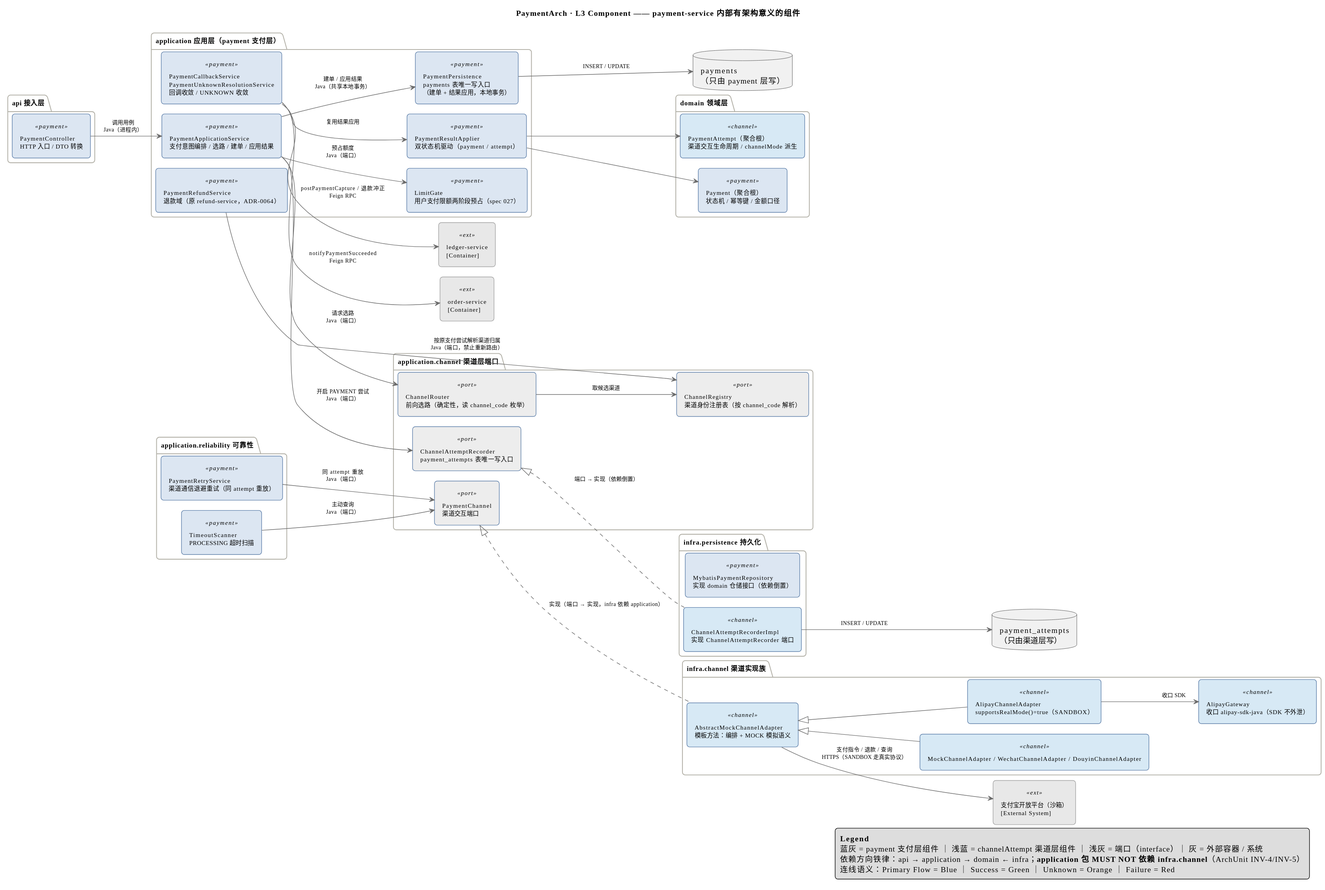
ckcky/Payment keeps this PlantUML diagram as docs/architecture/diagrams/03-payment-components.svg. Above is the earlier version. Source of this version:
```plantuml
@startuml
!pragma layout smetana
left to right direction

title PaymentArch · L3 Component —— payment-service 内部有架构意义的组件

skinparam shadowing false
skinparam defaultFontName "Microsoft YaHei"
skinparam ArrowColor #6B6B6B
skinparam ArrowThickness 1
skinparam ArrowFontSize 10
skinparam Padding 4
skinparam roundcorner 10

skinparam rectangle<<payment>> {
  BackgroundColor #DCE6F2
  BorderColor #5B7DA8
  BorderThickness 1
  FontSize 11
}
skinparam rectangle<<channel>> {
  BackgroundColor #D7E9F5
  BorderColor #5B7DA8
  BorderThickness 1
  FontSize 11
}
skinparam rectangle<<port>> {
  BackgroundColor #EDEDED
  BorderColor #5B7DA8
  BorderThickness 1
  FontSize 11
}
skinparam rectangle<<ext>> {
  BackgroundColor #E8E8E8
  BorderColor #A0A0A0
  BorderThickness 1
  FontSize 11
}
skinparam package {
  BackgroundColor #FFFFFF
  BorderColor #B4B2A9
  FontSize 12
}

package "api 接入层" as API {
  rectangle "PaymentController\nHTTP 入口 / DTO 转换" as C1 <<payment>>
}

package "application 应用层（payment 支付层）" as APP {
  rectangle "PaymentApplicationService\n支付意图编排 / 选路 / 建单 / 应用结果" as A1 <<payment>>
  rectangle "PaymentPersistence\npayments 表唯一写入口\n（建单 + 结果应用，本地事务）" as A2 <<payment>>
  rectangle "PaymentResultApplier\n双状态机驱动（payment / attempt）" as A3 <<payment>>
  rectangle "PaymentCallbackService\nPaymentUnknownResolutionService\n回调收敛 / UNKNOWN 收敛" as A4 <<payment>>
  rectangle "PaymentRefundService\n退款域（原 refund-service，ADR-0064）" as A5 <<payment>>
  rectangle "LimitGate\n用户支付限额两阶段预占（spec 027）" as A6 <<payment>>
}

package "application.channel 渠道层端口" as PORTS {
  rectangle "PaymentChannel\n渠道交互端口" as P1 <<port>>
  rectangle "ChannelRouter\n前向选路（确定性，读 channel_code 枚举）" as P2 <<port>>
  rectangle "ChannelRegistry\n渠道身份注册表（按 channel_code 解析）" as P3 <<port>>
  rectangle "ChannelAttemptRecorder\npayment_attempts 表唯一写入口" as P4 <<port>>
}

package "application.reliability 可靠性" as REL {
  rectangle "PaymentRetryService\n渠道通信退避重试（同 attempt 重放）" as R1 <<payment>>
  rectangle "TimeoutScanner\nPROCESSING 超时扫描" as R2 <<payment>>
}

package "domain 领域层" as DOM {
  rectangle "Payment（聚合根）\n状态机 / 幂等键 / 金额口径" as D1 <<payment>>
  rectangle "PaymentAttempt（聚合根）\n渠道交互生命周期 / channelMode 派生" as D2 <<channel>>
}

package "infra.channel 渠道实现族" as IMPl {
  rectangle "AbstractMockChannelAdapter\n模板方法：编排 + MOCK 模拟语义" as I1 <<channel>>
  rectangle "MockChannelAdapter / WechatChannelAdapter / DouyinChannelAdapter" as I2 <<channel>>
  rectangle "AlipayChannelAdapter\nsupportsRealMode()=true（SANDBOX）" as I3 <<channel>>
  rectangle "AlipayGateway\n收口 alipay-sdk-java（SDK 不外泄）" as I4 <<channel>>
}

package "infra.persistence 持久化" as IMPP {
  rectangle "MybatisPaymentRepository\n实现 domain 仓储接口（依赖倒置）" as J1 <<payment>>
  rectangle "ChannelAttemptRecorderImpl\n实现 ChannelAttemptRecorder 端口" as J2 <<channel>>
}

rectangle "order-service\n[Container]" as ORD <<ext>>
rectangle "ledger-service\n[Container]" as LED <<ext>>
rectangle "支付宝开放平台（沙箱）\n[External System]" as ALI <<ext>>
database "payments\n（只由 payment 层写）" as DB1
database "payment_attempts\n（只由渠道层写）" as DB2

C1 --> A1 : 调用用例\nJava（进程内）
A1 --> A2 : 建单 / 应用结果\nJava（共享本地事务）
A1 --> P2 : 请求选路\nJava（端口）
A1 --> P4 : 开启 PAYMENT 尝试\nJava（端口）
A1 --> A6 : 预占额度\nJava（端口）
A3 --> D1
A3 --> D2
A4 --> A3 : 复用结果应用
A5 --> P3 : 按原支付尝试解析渠道归属\nJava（端口，禁止重新路由）
R1 --> P1 : 同 attempt 重放\nJava（端口）
R2 --> P1 : 主动查询\nJava（端口）

P2 --> P3 : 取候选渠道
P1 <|.. I1 : 实现（端口 → 实现，infra 依赖 application）
I1 <|-- I2
I1 <|-- I3
I3 --> I4 : 收口 SDK
P4 <|.. J2 : 端口 → 实现（依赖倒置）

I1 --> ALI : 支付指令 / 退款 / 查询\nHTTPS（SANDBOX 走真实协议）
A2 --> DB1 : INSERT / UPDATE
J2 --> DB2 : INSERT / UPDATE
A4 --> ORD : notifyPaymentSucceeded\nFeign RPC
A4 --> LED : postPaymentCapture / 退款冲正\nFeign RPC

legend right
  **Legend**
  蓝灰 = payment 支付层组件 ｜ 浅蓝 = channelAttempt 渠道层组件 ｜ 浅灰 = 端口（interface）｜ 灰 = 外部容器 / 系统
  依赖方向铁律：api → application → domain ← infra；**application 包 MUST NOT 依赖 infra.channel**（ArchUnit INV-4/INV-5）
  连线语义：Primary Flow = Blue ｜ Success = Green ｜ Unknown = Orange ｜ Failure = Red
endlegend
@enduml
```
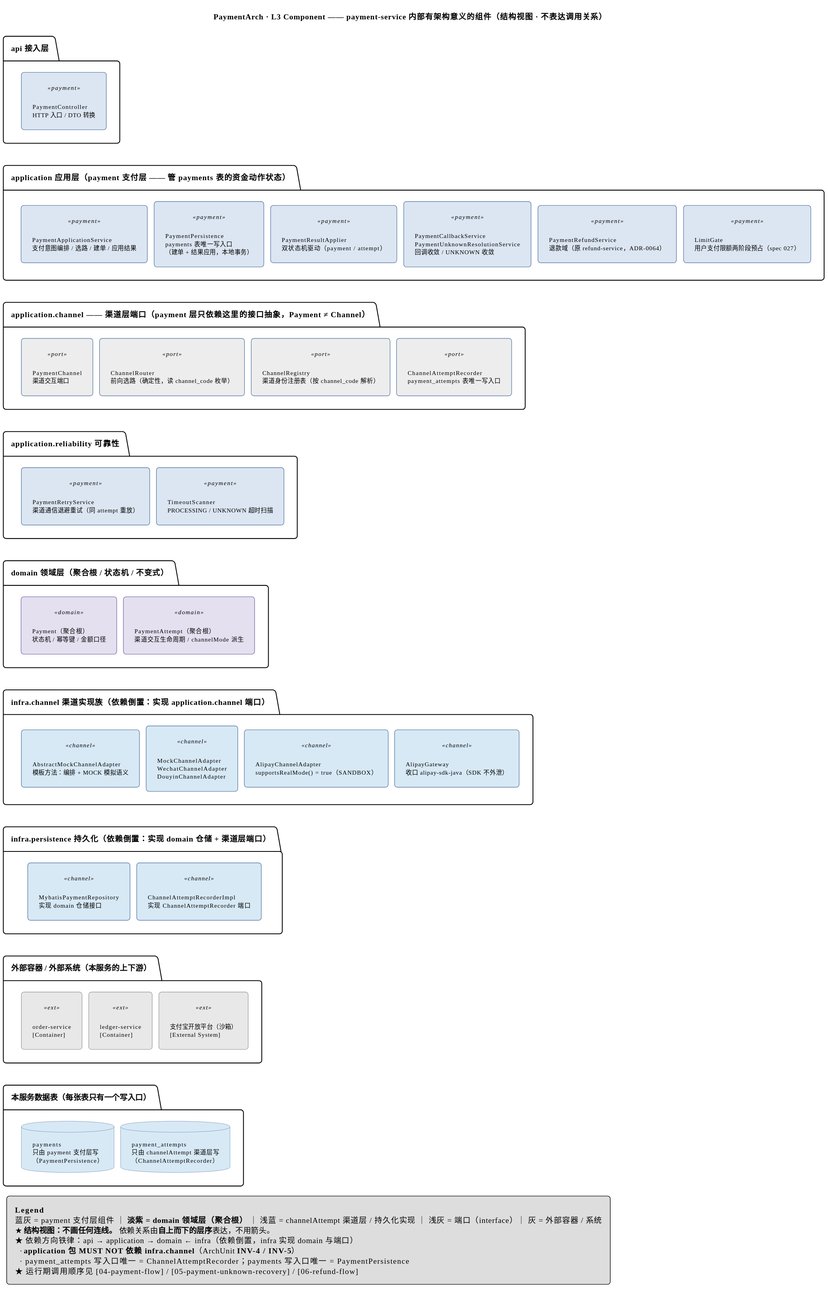
The same diagram one commit later.

Change to the diagram source:
```diff
@@ -1,124 +1,136 @@
 @startuml
-!pragma layout smetana
-left to right direction
 
-title PaymentArch · L3 Component —— payment-service 内部有架构意义的组件
+title PaymentArch · L3 Component —— payment-service 内部有架构意义的组件（结构视图 · 不表达调用关系）
 
 skinparam shadowing false
 skinparam defaultFontName "Microsoft YaHei"
-skinparam ArrowColor #6B6B6B
-skinparam ArrowThickness 1
-skinparam ArrowFontSize 10
-skinparam Padding 4
+skinparam Padding 10
+skinparam Nodesep 12
+skinparam Ranksep 18
 skinparam roundcorner 10
 
+skinparam rectangle {
+  BorderThickness 1
+  FontSize 11
+}
+skinparam rectangle<<layer>> {
+  BackgroundColor #F2F2EF
+  BorderColor #B4B2A9
+  FontSize 12
+  FontStyle bold
+}
 skinparam rectangle<<payment>> {
   BackgroundColor #DCE6F2
   BorderColor #5B7DA8
-  BorderThickness 1
-  FontSize 11
 }
 skinparam rectangle<<channel>> {
   BackgroundColor #D7E9F5
   BorderColor #5B7DA8
-  BorderThickness 1
-  FontSize 11
 }
 skinparam rectangle<<port>> {
   BackgroundColor #EDEDED
   BorderColor #5B7DA8
-  BorderThickness 1
-  FontSize 11
+}
+skinparam rectangle<<domain>> {
+  BackgroundColor #E4E0F0
+  BorderColor #7B6FA8
 }
 skinparam rectangle<<ext>> {
   BackgroundColor #E8E8E8
   BorderColor #A0A0A0
-  BorderThickness 1
+}
+skinparam database {
+  BackgroundColor #D7E9F5
+  BorderColor #5B7DA8
   FontSize 11
-}
-skinparam package {
-  BackgroundColor #FFFFFF
-  BorderColor #B4B2A9
-  FontSize 12
 }
 
 package "api 接入层" as API {
   rectangle "PaymentController\nHTTP 入口 / DTO 转换" as C1 <<payment>>
 }
 
-package "application 应用层（payment 支付层）" as APP {
+package "application 应用层（payment 支付层 —— 管 payments 表的资金动作状态）" as APP {
   rectangle "PaymentApplicationService\n支付意图编排 / 选路 / 建单 / 应用结果" as A1 <<payment>>
   rectangle "PaymentPersistence\npayments 表唯一写入口\n（建单 + 结果应用，本地事务）" as A2 <<payment>>
   rectangle "PaymentResultApplier\n双状态机驱动（payment / attempt）" as A3 <<payment>>
   rectangle "PaymentCallbackService\nPaymentUnknownResolutionService\n回调收敛 / UNKNOWN 收敛" as A4 <<payment>>
   rectangle "PaymentRefundService\n退款域（原 refund-service，ADR-0064）" as A5 <<payment>>
   rectangle "LimitGate\n用户支付限额两阶段预占（spec 027）" as A6 <<payment>>
+  A1 -[hidden]right- A2
+  A2 -[hidden]right- A3
+  A3 -[hidden]right- A4
+  A4 -[hidden]right- A5
+  A5 -[hidden]right- A6
 }
 
-package "application.channel 渠道层端口" as PORTS {
+package "application.channel —— 渠道层端口（payment 层只依赖这里的接口抽象，Payment ≠ Channel）" as PORTS {
   rectangle "PaymentChannel\n渠道交互端口" as P1 <<port>>
   rectangle "ChannelRouter\n前向选路（确定性，读 channel_code 枚举）" as P2 <<port>>
   rectangle "ChannelRegistry\n渠道身份注册表（按 channel_code 解析）" as P3 <<port>>
   rectangle "ChannelAttemptRecorder\npayment_attempts 表唯一写入口" as P4 <<port>>
+  P1 -[hidden]right- P2
+  P2 -[hidden]right- P3
+  P3 -[hidden]right- P4
 }
 
 package "application.reliability 可靠性" as REL {
   rectangle "PaymentRetryService\n渠道通信退避重试（同 attempt 重放）" as R1 <<payment>>
-  rectangle "TimeoutScanner\nPROCESSING 超时扫描" as R2 <<payment>>
+  rectangle "TimeoutScanner\nPROCESSING / UNKNOWN 超时扫描" as R2 <<payment>>
+  R1 -[hidden]right- R2
 }
 
-package "domain 领域层" as DOM {
-  rectangle "Payment（聚合根）\n状态机 / 幂等键 / 金额口径" as D1 <<payment>>
-  rectangle "PaymentAttempt（聚合根）\n渠道交互生命周期 / channelMode 派生" as D2 <<channel>>
+package "domain 领域层（聚合根 / 状态机 / 不变式）" as DOM {
+  rectangle "Payment（聚合根）\n状态机 / 幂等键 / 金额口径" as D1 <<domain>>
+  rectangle "PaymentAttempt（聚合根）\n渠道交互生命周期 / channelMode 派生" as D2 <<domain>>
+  D1 -[hidden]right- D2
 }
 
-package "infra.channel 渠道实现族" as IMPl {
+package "infra.channel 渠道实现族（依赖倒置：实现 application.channel 端口）" as IMPL {
   rectangle "AbstractMockChannelAdapter\n模板方法：编排 + MOCK 模拟语义" as I1 <<channel>>
-  rectangle "MockChannelAdapter / WechatChannelAdapter / DouyinChannelAdapter" as I2 <<channel>>
-  rectangle "AlipayChannelAdapter\nsupportsRealMode()=true（SANDBOX）" as I3 <<channel>>
+  rectangle "MockChannelAdapter\nWechatChannelAdapter\nDouyinChannelAdapter" as I2 <<channel>>
+  rectangle "AlipayChannelAdapter\nsupportsRealMode() = true（SANDBOX）" as I3 <<channel>>
   rectangle "AlipayGateway\n收口 alipay-sdk-java（SDK 不外泄）" as I4 <<channel>>
+  I1 -[hidden]right- I2
+  I2 -[hidden]right- I3
+  I3 -[hidden]right- I4
 }
 
-package "infra.persistence 持久化" as IMPP {
-  rectangle "MybatisPaymentRepository\n实现 domain 仓储接口（依赖倒置）" as J1 <<payment>>
+package "infra.persistence 持久化（依赖倒置：实现 domain 仓储 + 渠道层端口）" as IMPP {
+  rectangle "MybatisPaymentRepository\n实现 domain 仓储接口" as J1 <<channel>>
   rectangle "ChannelAttemptRecorderImpl\n实现 ChannelAttemptRecorder 端口" as J2 <<channel>>
+  J1 -[hidden]right- J2
 }
 
-rectangle "order-service\n[Container]" as ORD <<ext>>
-rectangle "ledger-service\n[Container]" as LED <<ext>>
-rectangle "支付宝开放平台（沙箱）\n[External System]" as ALI <<ext>>
-database "payments\n（只由 payment 层写）" as DB1
-database "payment_attempts\n（只由渠道层写）" as DB2
+package "外部容器 / 外部系统（本服务的上下游）" as EXTS {
+  rectangle "order-service\n[Container]" as ORD <<ext>>
+  rectangle "ledger-service\n[Container]" as LED <<ext>>
+  rectangle "支付宝开放平台（沙箱）\n[External System]" as ALI <<ext>>
+  ORD -[hidden]right- LED
+  LED -[hidden]right- ALI
+}
 
-C1 --> A1 : 调用用例\nJava（进程内）
-A1 --> A2 : 建单 / 应用结果\nJava（共享本地事务）
-A1 --> P2 : 请求选路\nJava（端口）
-A1 --> P4 : 开启 PAYMENT 尝试\nJava（端口）
-A1 --> A6 : 预占额度\nJava（端口）
-A3 --> D1
-A3 --> D2
-A4 --> A3 : 复用结果应用
-A5 --> P3 : 按原支付尝试解析渠道归属\nJava（端口，禁止重新路由）
-R1 --> P1 : 同 attempt 重放\nJava（端口）
-R2 --> P1 : 主动查询\nJava（端口）
+package "本服务数据表（每张表只有一个写入口）" as TABS {
+  database "payments\n只由 payment 支付层写\n（PaymentPersistence）" as DB1
+  database "payment_attempts\n只由 channelAttempt 渠道层写\n（ChannelAttemptRecorder）" as DB2
+  DB1 -[hidden]right- DB2
+}
 
-P2 --> P3 : 取候选渠道
-P1 <|.. I1 : 实现（端口 → 实现，infra 依赖 application）
-I1 <|-- I2
-I1 <|-- I3
-I3 --> I4 : 收口 SDK
-P4 <|.. J2 : 端口 → 实现（依赖倒置）
+API -[hidden]down- APP
+APP -[hidden]down- PORTS
+PORTS -[hidden]down- REL
+REL -[hidden]down- DOM
+DOM -[hidden]down- IMPL
+IMPL -[hidden]down- IMPP
+IMPP -[hidden]down- EXTS
+EXTS -[hidden]down- TABS
 
-I1 --> ALI : 支付指令 / 退款 / 查询\nHTTPS（SANDBOX 走真实协议）
-A2 --> DB1 : INSERT / UPDATE
-J2 --> DB2 : INSERT / UPDATE
-A4 --> ORD : notifyPaymentSucceeded\nFeign RPC
-A4 --> LED : postPaymentCapture / 退款冲正\nFeign RPC
-
-legend right
+legend bottom left
   **Legend**
-  蓝灰 = payment 支付层组件 ｜ 浅蓝 = channelAttempt 渠道层组件 ｜ 浅灰 = 端口（interface）｜ 灰 = 外部容器 / 系统
-  依赖方向铁律：api → application → domain ← infra；**application 包 MUST NOT 依赖 infra.channel**（ArchUnit INV-4/INV-5）
-  连线语义：Primary Flow = Blue ｜ Success = Green ｜ Unknown = Orange ｜ Failure = Red
+  蓝灰 = payment 支付层组件 ｜ **淡紫 = domain 领域层（聚合根）** ｜ 浅蓝 = channelAttempt 渠道层 / 持久化实现 ｜ 浅灰 = 端口（interface）｜ 灰 = 外部容器 / 系统
+  ★ **结构视图：不画任何连线。** 依赖关系由**自上而下的层序**表达，不用箭头。
+  ★ 依赖方向铁律：api → application → domain ← infra（依赖倒置，infra 实现 domain 与端口）
+    · **application 包 MUST NOT 依赖 infra.channel**（ArchUnit **INV-4 / INV-5**）
+    · payment_attempts 写入口唯一 = ChannelAttemptRecorder；payments 写入口唯一 = PaymentPersistence
+  ★ 运行期调用顺序见 [04-payment-flow] / [05-payment-unknown-recovery] / [06-refund-flow]
 endlegend
 @enduml
```
